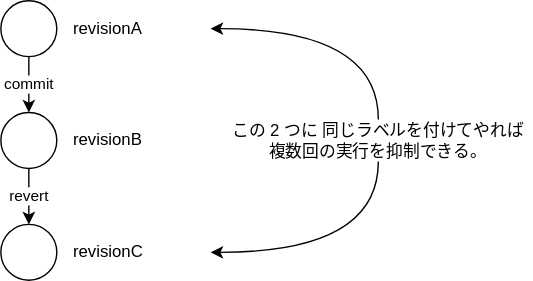
Before: doc/blog/add-label.drawio.svg, a diagram exported from draw.io (mitoma/sver). Source tidied: cells renumbered, new cells last; positions are measured from the earlier drawing's top-left corner, leaving out a move shared by most shapes.
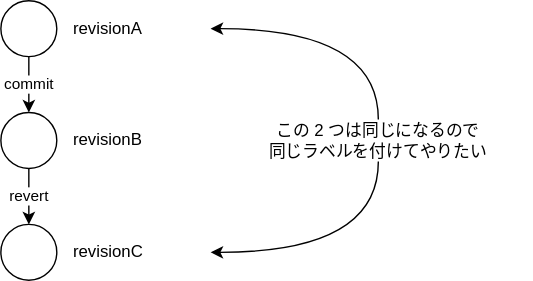
After the commit.

The edit, as a diff of the source:
```diff
@@ -41,7 +41,7 @@
     <mxCell id="14" style="edgeStyle=orthogonalEdgeStyle;curved=1;html=1;exitX=0.5;exitY=1;exitDx=0;exitDy=0;entryX=1;entryY=0.5;entryDx=0;entryDy=0;" parent="1" edge="1" source="15" target="10">
       <mxGeometry relative="1" as="geometry" />
     </mxCell>
-    <mxCell id="15" value="この 2 つに 同じラベルを付けてやれば複数回の実行を抑制できる。" style="text;html=1;strokeColor=none;fillColor=none;align=center;verticalAlign=middle;whiteSpace=wrap;rounded=0;" parent="1" vertex="1">
+    <mxCell id="15" value="この 2 つは同じになるので&lt;br&gt;同じラベルを付けてやりたい" style="text;html=1;strokeColor=none;fillColor=none;align=center;verticalAlign=middle;whiteSpace=wrap;rounded=0;" parent="1" vertex="1">
       <mxGeometry x="160" y="85" width="220" height="30" as="geometry" />
     </mxCell>
   </root>
```
